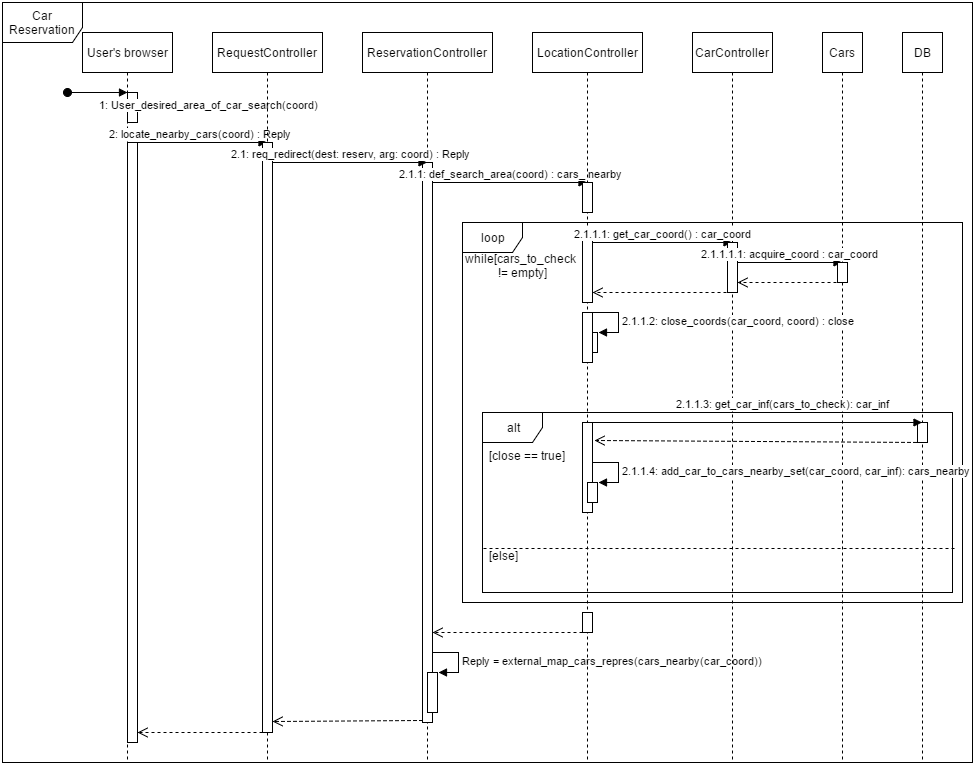
froart/SE2FJ keeps this draw.io diagram as DD/images/3DefAreaOfSearch.png. Above is the earlier version. Source tidied: cells renumbered, new cells last; positions are measured from the earlier drawing's top-left corner, leaving out a move shared by most shapes.
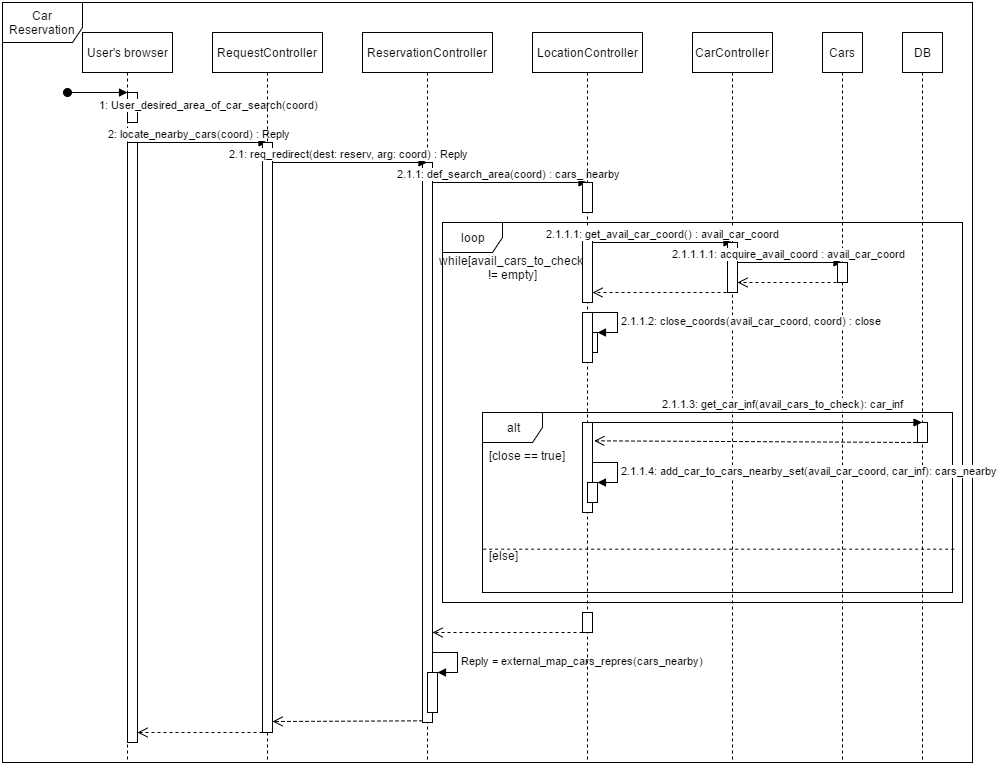
The same file after the commit.

The edit, as a diff of the source:
```diff
@@ -38,7 +38,7 @@
     <mxCell id="11" style="html=1;points=[];perimeter=orthogonalPerimeter;" parent="8" vertex="1">
       <mxGeometry x="65" y="640" width="10" height="40" as="geometry" />
     </mxCell>
-    <mxCell id="12" value="Reply = external_map_cars_repres(cars_nearby(car_coord))" style="edgeStyle=orthogonalEdgeStyle;html=1;align=left;spacingLeft=2;endArrow=block;rounded=0;entryX=1;entryY=0;" parent="8" edge="1" target="11">
+    <mxCell id="12" value="Reply = external_map_cars_repres(cars_nearby)" style="edgeStyle=orthogonalEdgeStyle;html=1;align=left;spacingLeft=2;endArrow=block;rounded=0;entryX=1;entryY=0;" parent="8" edge="1" target="11">
       <mxGeometry relative="1" as="geometry">
         <mxPoint x="70" y="620" as="sourcePoint" />
         <Array as="points">
@@ -79,12 +79,12 @@
       </mxGeometry>
     </mxCell>
     <mxCell id="23" value="loop" style="shape=umlFrame;whiteSpace=wrap;html=1;" parent="1" vertex="1">
-      <mxGeometry x="460" y="220" width="500" height="380" as="geometry" />
+      <mxGeometry x="440" y="220" width="520" height="380" as="geometry" />
     </mxCell>
-    <mxCell id="24" value="&lt;span style=&quot;font-weight: normal&quot;&gt;while[cars_to_check&amp;nbsp;&lt;/span&gt;&lt;div&gt;&lt;span style=&quot;font-weight: normal&quot;&gt;!= empty]&lt;/span&gt;&lt;/div&gt;" style="text;html=1;align=center;fontStyle=1;verticalAlign=middle;spacingLeft=3;spacingRight=3;strokeColor=none;" parent="1" vertex="1">
-      <mxGeometry x="480" y="250" width="80" height="26" as="geometry" />
+    <mxCell id="24" value="&lt;span style=&quot;font-weight: normal&quot;&gt;while[avail_cars_to_check&amp;nbsp;&lt;/span&gt;&lt;div&gt;&lt;span style=&quot;font-weight: normal&quot;&gt;!= empty]&lt;/span&gt;&lt;/div&gt;" style="text;html=1;align=center;fontStyle=1;verticalAlign=middle;spacingLeft=3;spacingRight=3;strokeColor=none;" parent="1" vertex="1">
+      <mxGeometry x="470" y="252" width="80" height="26" as="geometry" />
     </mxCell>
-    <mxCell id="25" value="2.1.1.2: close_coords(car_coord, coord) : close" style="edgeStyle=orthogonalEdgeStyle;html=1;align=left;spacingLeft=2;endArrow=block;rounded=0;entryX=1;entryY=0;" parent="1" edge="1" target="45">
+    <mxCell id="25" value="2.1.1.2: close_coords(avail_car_coord, coord) : close" style="edgeStyle=orthogonalEdgeStyle;html=1;align=left;spacingLeft=2;endArrow=block;rounded=0;entryX=1;entryY=0;" parent="1" edge="1" target="45">
       <mxGeometry relative="1" as="geometry">
         <mxPoint x="590" y="310" as="sourcePoint" />
         <Array as="points">
@@ -98,7 +98,7 @@
     <mxCell id="27" value="alt" style="shape=umlFrame;whiteSpace=wrap;html=1;" parent="1" vertex="1">
       <mxGeometry x="480" y="410" width="470" height="180" as="geometry" />
     </mxCell>
-    <mxCell id="28" value="2.1.1.1: get_car_coord() : car_coord" style="html=1;verticalAlign=bottom;endArrow=block;" parent="1" edge="1" target="16">
+    <mxCell id="28" value="2.1.1.1: get_avail_car_coord() : avail_car_coord" style="html=1;verticalAlign=bottom;endArrow=block;" parent="1" edge="1" target="16">
       <mxGeometry relative="1" as="geometry">
         <mxPoint x="590" y="240" as="sourcePoint" />
       </mxGeometry>
@@ -106,7 +106,7 @@
     <mxCell id="29" style="html=1;points=[];perimeter=orthogonalPerimeter;" parent="1" vertex="1">
       <mxGeometry x="725" y="240" width="10" height="50" as="geometry" />
     </mxCell>
-    <mxCell id="30" value="2.1.1.1.1: acquire_coord : car_coord" style="html=1;verticalAlign=bottom;endArrow=block;" parent="1" edge="1" source="29" target="17">
+    <mxCell id="30" value="2.1.1.1.1: acquire_avail_coord : avail_car_coord" style="html=1;verticalAlign=bottom;endArrow=block;" parent="1" edge="1" source="29" target="17">
       <mxGeometry relative="1" as="geometry">
         <Array as="points">
           <mxPoint x="780" y="260" />
@@ -137,7 +137,7 @@
     <mxCell id="36" value="[else]" style="text;html=1;" parent="1" vertex="1">
       <mxGeometry x="485" y="540" width="90" height="30" as="geometry" />
     </mxCell>
-    <mxCell id="37" value="2.1.1.4: add_car_to_cars_nearby_set(car_coord, car_inf): cars_nearby" style="edgeStyle=orthogonalEdgeStyle;html=1;align=left;spacingLeft=2;endArrow=block;rounded=0;entryX=1;entryY=0;" parent="1" edge="1" target="44">
+    <mxCell id="37" value="2.1.1.4: add_car_to_cars_nearby_set(avail_car_coord, car_inf): cars_nearby" style="edgeStyle=orthogonalEdgeStyle;html=1;align=left;spacingLeft=2;endArrow=block;rounded=0;entryX=1;entryY=0;" parent="1" edge="1" target="44">
       <mxGeometry relative="1" as="geometry">
         <mxPoint x="590" y="460" as="sourcePoint" />
         <Array as="points">
@@ -148,7 +148,7 @@
     <mxCell id="38" style="html=1;points=[];perimeter=orthogonalPerimeter;" parent="1" vertex="1">
       <mxGeometry x="580" y="420" width="10" height="90" as="geometry" />
     </mxCell>
-    <mxCell id="39" value="2.1.1.3: get_car_inf(cars_to_check): car_inf" style="html=1;verticalAlign=bottom;endArrow=block;" parent="1" edge="1" target="18">
+    <mxCell id="39" value="2.1.1.3: get_car_inf(avail_cars_to_check): car_inf" style="html=1;verticalAlign=bottom;endArrow=block;" parent="1" edge="1" target="18">
       <mxGeometry x="0.15" y="10" relative="1" as="geometry">
         <mxPoint x="590" y="420" as="sourcePoint" />
       </mxGeometry>
```
